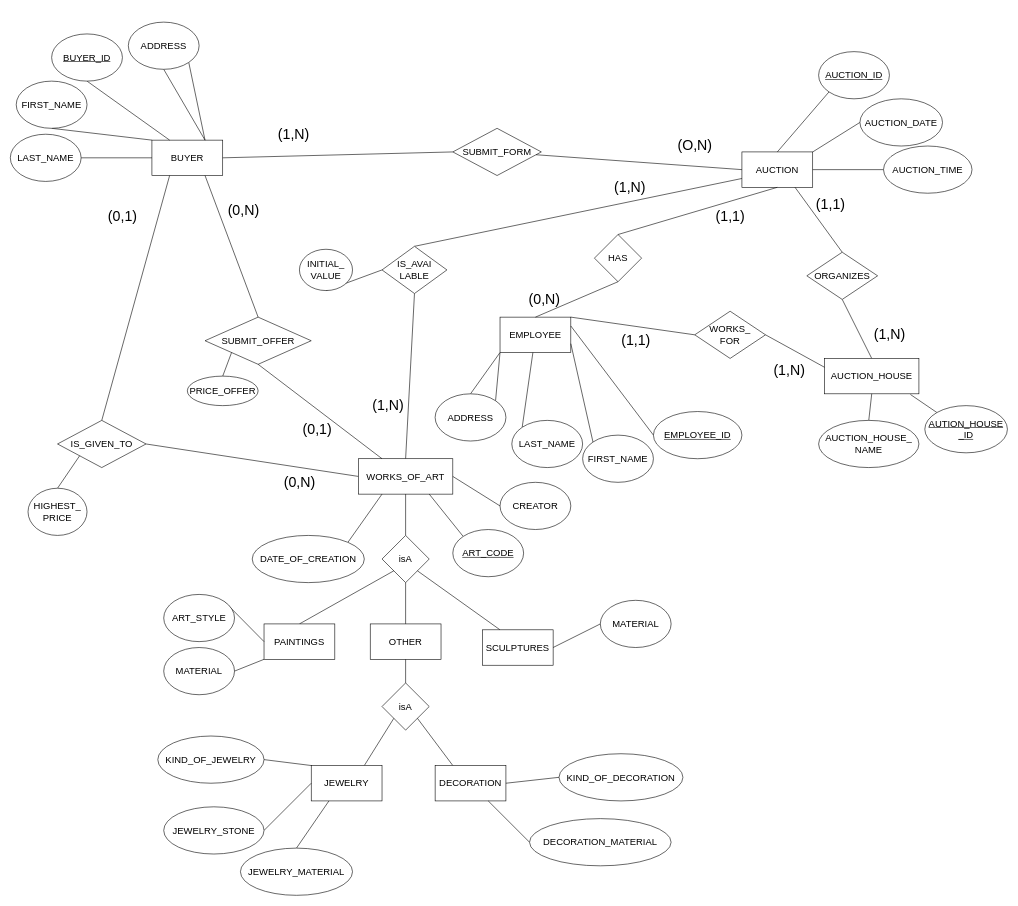
GeorgeM2000/Databases keeps this draw.io diagram as Auction_Database/Auction_Database_ER-MODEL.drawio. Above is the earlier version. Source tidied: cells renumbered, new cells numbered last; positions are measured from the earlier drawing's top-left corner, leaving out a move shared by most shapes. Both pictures are drawn from the tidied source at 59%, with x=0, y=0 at pixel (10, 22).
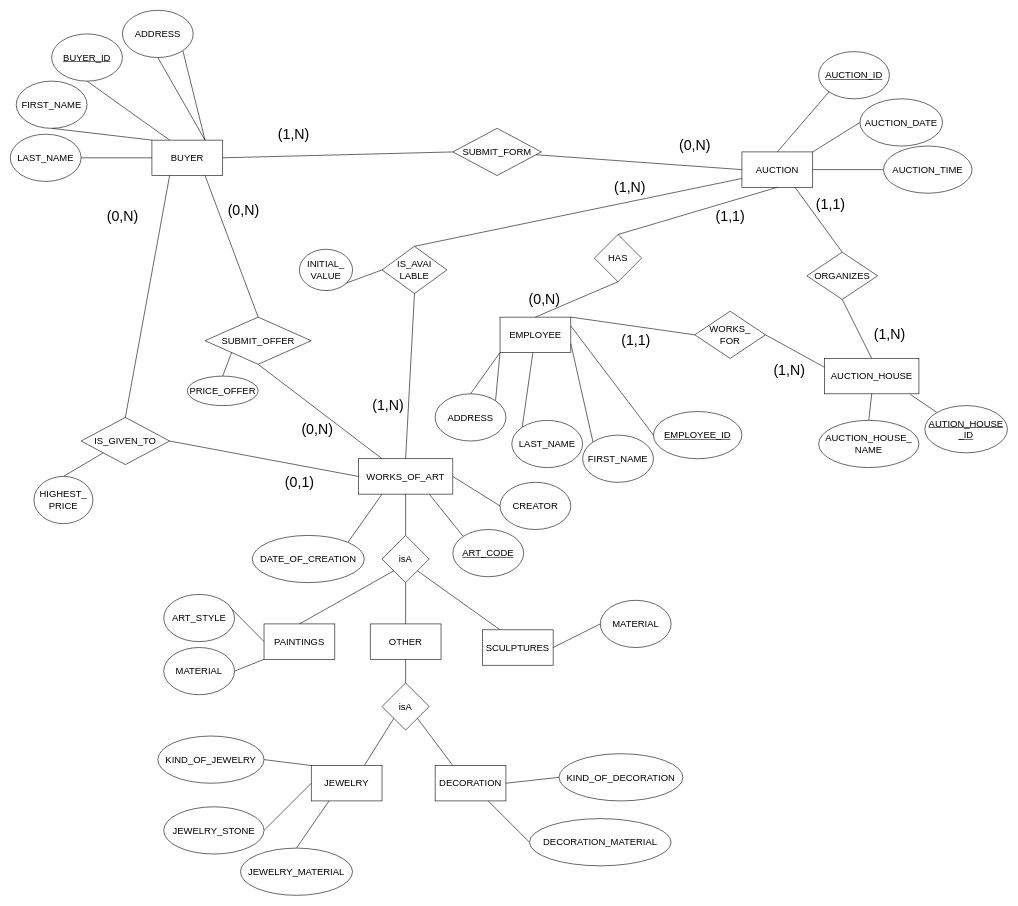
After the change.

Change to the diagram source:
```diff
@@
     <mxCell id="49" value="&lt;font size=&quot;3&quot;&gt;ADDRESS&lt;br&gt;&lt;/font&gt;" style="ellipse;whiteSpace=wrap;html=1;" parent="1" vertex="1">
-      <mxGeometry x="200" width="120" height="80" as="geometry" />
+      <mxGeometry x="190" y="-20" width="120" height="80" as="geometry" />
     </mxCell>
@@
-    <mxCell id="78" value="&lt;font style=&quot;font-size: 24px&quot;&gt;(0,1)&lt;/font&gt;" style="text;html=1;align=center;verticalAlign=middle;strokeColor=none;" parent="1" vertex="1">
-      <mxGeometry x="490" y="680" width="60" height="20" as="geometry" />
+    <mxCell id="78" value="&lt;font style=&quot;font-size: 24px&quot;&gt;(0,N)&lt;/font&gt;" style="text;html=1;align=center;verticalAlign=middle;strokeColor=none;" parent="1" vertex="1">
+      <mxGeometry x="485" y="680" width="70" height="20" as="geometry" />
     </mxCell>
-    <mxCell id="79" value="&lt;font style=&quot;font-size: 24px&quot;&gt;(O,N)&lt;/font&gt;" style="text;html=1;align=center;verticalAlign=middle;strokeColor=none;" parent="1" vertex="1">
+    <mxCell id="79" value="&lt;font style=&quot;font-size: 24px&quot;&gt;(0,N)&lt;/font&gt;" style="text;html=1;align=center;verticalAlign=middle;strokeColor=none;" parent="1" vertex="1">
       <mxGeometry x="1125" y="200" width="70" height="20" as="geometry" />
     </mxCell>
@@
     <mxCell id="99" value="&lt;font size=&quot;3&quot;&gt;IS_GIVEN_TO&lt;/font&gt;" style="rhombus;whiteSpace=wrap;html=1;" parent="1" vertex="1">
-      <mxGeometry x="80" y="675" width="150" height="80" as="geometry" />
+      <mxGeometry x="120" y="670" width="150" height="80" as="geometry" />
     </mxCell>
@@
     <mxCell id="101" value="&lt;font size=&quot;3&quot;&gt;HIGHEST_&lt;br&gt;PRICE&lt;/font&gt;" style="ellipse;whiteSpace=wrap;html=1;" parent="1" vertex="1">
-      <mxGeometry x="30" y="790" width="100" height="80" as="geometry" />
+      <mxGeometry x="40" y="770" width="100" height="80" as="geometry" />
     </mxCell>
-    <mxCell id="102" value="&lt;font style=&quot;font-size: 24px&quot;&gt;(0,1)&lt;/font&gt;" style="text;html=1;align=center;verticalAlign=middle;strokeColor=none;" parent="1" vertex="1">
-      <mxGeometry x="160" y="320" width="60" height="20" as="geometry" />
+    <mxCell id="102" value="&lt;font style=&quot;font-size: 24px&quot;&gt;(0,N)&lt;/font&gt;" style="text;html=1;align=center;verticalAlign=middle;strokeColor=none;" parent="1" vertex="1">
+      <mxGeometry x="155" y="320" width="70" height="20" as="geometry" />
     </mxCell>
-    <mxCell id="103" value="&lt;font style=&quot;font-size: 24px&quot;&gt;(0,N)&lt;/font&gt;" style="text;html=1;align=center;verticalAlign=middle;strokeColor=none;" parent="1" vertex="1">
-      <mxGeometry x="455" y="770" width="70" height="20" as="geometry" />
+    <mxCell id="103" value="&lt;font style=&quot;font-size: 24px&quot;&gt;(0,1)&lt;/font&gt;" style="text;html=1;align=center;verticalAlign=middle;strokeColor=none;" parent="1" vertex="1">
+      <mxGeometry x="460" y="770" width="60" height="20" as="geometry" />
     </mxCell>
```
